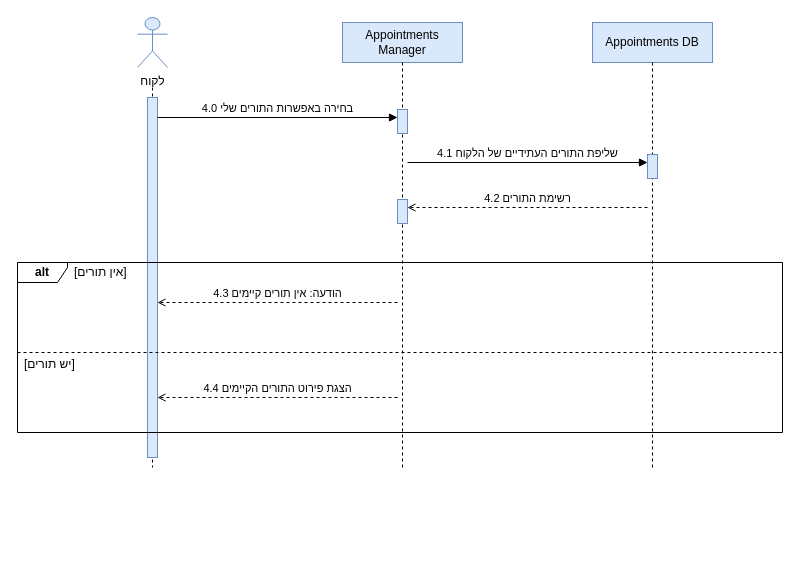
Earlier version of the draw.io diagram diagrams/SEQ-SUC-4.drawio (arielkaplan20/project_Golden_Hair_Salon). Source tidied: cells renumbered, new cells numbered last; positions are measured from the earlier drawing's top-left corner, leaving out a move shared by most shapes. Both pictures are drawn from the tidied source at 100%, with x=0, y=0 at pixel (17, 17).
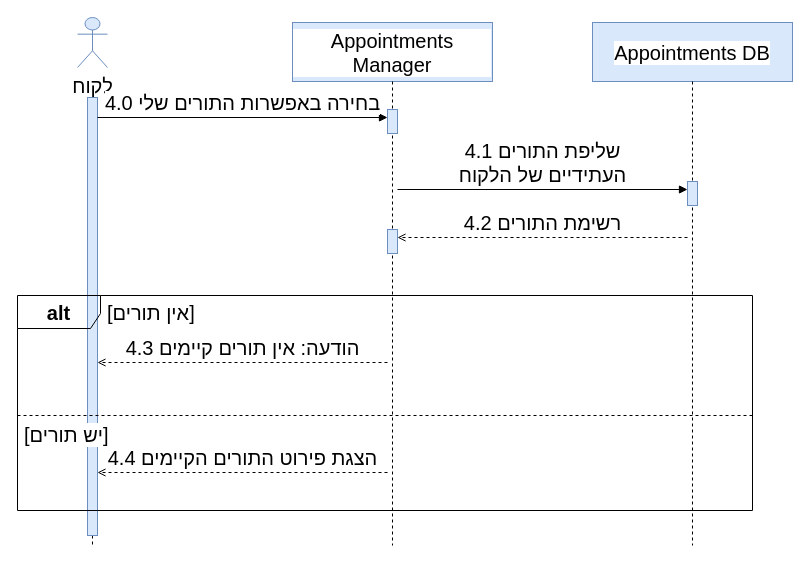
The same diagram, later.

What changed in the source:
```diff
@@
-    <mxCell id="2" value="לקוח" style="shape=umlActor;verticalLabelPosition=bottom;verticalAlign=top;html=1;fillColor=#dae8fc;strokeColor=#6c8ebf;" parent="1" vertex="1">
-      <mxGeometry x="120" width="30" height="50" as="geometry" />
+    <mxCell id="2" value="לקוח" style="shape=umlActor;verticalLabelPosition=bottom;verticalAlign=top;html=1;fillColor=#dae8fc;strokeColor=#6c8ebf;fontSize=20;labelBackgroundColor=#ffffff;" parent="1" vertex="1">
+      <mxGeometry x="60" width="30" height="50" as="geometry" />
     </mxCell>
-    <mxCell id="3" value="Appointments Manager" style="rounded=0;whiteSpace=wrap;html=1;fillColor=#dae8fc;strokeColor=#6c8ebf;" parent="1" vertex="1">
-      <mxGeometry x="325" y="5" width="120" height="40" as="geometry" />
+    <mxCell id="3" value="Appointments Manager" style="rounded=0;whiteSpace=wrap;html=1;fillColor=#dae8fc;strokeColor=#6c8ebf;fontSize=20;labelBackgroundColor=#ffffff;" parent="1" vertex="1">
+      <mxGeometry x="275" y="5" width="200" height="59" as="geometry" />
     </mxCell>
-    <mxCell id="4" value="Appointments DB" style="rounded=0;whiteSpace=wrap;html=1;fillColor=#dae8fc;strokeColor=#6c8ebf;" parent="1" vertex="1">
-      <mxGeometry x="575" y="5" width="120" height="40" as="geometry" />
+    <mxCell id="4" value="Appointments DB" style="rounded=0;whiteSpace=wrap;html=1;fillColor=#dae8fc;strokeColor=#6c8ebf;fontSize=20;labelBackgroundColor=#ffffff;" parent="1" vertex="1">
+      <mxGeometry x="575" y="5" width="200" height="59" as="geometry" />
     </mxCell>
     <mxCell id="5" style="endArrow=none;html=1;dashed=1;strokeColor=#000000;" parent="1" edge="1">
       <mxGeometry relative="1" as="geometry">
-        <mxPoint x="135" y="70" as="sourcePoint" />
-        <mxPoint x="135" y="450" as="targetPoint" />
+        <mxPoint x="75" y="80" as="sourcePoint" />
+        <mxPoint x="75" y="528" as="targetPoint" />
       </mxGeometry>
     </mxCell>
     <mxCell id="6" style="rounded=0;html=1;fillColor=#dae8fc;strokeColor=#6c8ebf;" parent="1" vertex="1">
-      <mxGeometry x="130" y="80" width="10" height="360" as="geometry" />
+      <mxGeometry x="70" y="80" width="10" height="438" as="geometry" />
     </mxCell>
     <mxCell id="7" style="endArrow=none;html=1;dashed=1;strokeColor=#000000;" parent="1" edge="1">
       <mxGeometry relative="1" as="geometry">
-        <mxPoint x="385" y="45" as="sourcePoint" />
-        <mxPoint x="385" y="450" as="targetPoint" />
+        <mxPoint x="375" y="64" as="sourcePoint" />
+        <mxPoint x="375" y="528" as="targetPoint" />
       </mxGeometry>
     </mxCell>
     <mxCell id="8" style="endArrow=none;html=1;dashed=1;strokeColor=#000000;" parent="1" edge="1">
       <mxGeometry relative="1" as="geometry">
-        <mxPoint x="635" y="45" as="sourcePoint" />
-        <mxPoint x="635" y="450" as="targetPoint" />
+        <mxPoint x="675" y="64" as="sourcePoint" />
+        <mxPoint x="675" y="528" as="targetPoint" />
       </mxGeometry>
     </mxCell>
     <mxCell id="9" style="rounded=0;html=1;fillColor=#dae8fc;strokeColor=#6c8ebf;" parent="1" vertex="1">
-      <mxGeometry x="380" y="92" width="10" height="24" as="geometry" />
+      <mxGeometry x="370" y="92" width="10" height="24" as="geometry" />
     </mxCell>
     <mxCell id="10" style="rounded=0;html=1;fillColor=#dae8fc;strokeColor=#6c8ebf;" parent="1" vertex="1">
-      <mxGeometry x="630" y="137" width="10" height="24" as="geometry" />
+      <mxGeometry x="670" y="164" width="10" height="24" as="geometry" />
     </mxCell>
     <mxCell id="11" style="rounded=0;html=1;fillColor=#dae8fc;strokeColor=#6c8ebf;" parent="1" vertex="1">
-      <mxGeometry x="380" y="182" width="10" height="24" as="geometry" />
+      <mxGeometry x="370" y="212" width="10" height="24" as="geometry" />
     </mxCell>
-    <mxCell id="12" value="&lt;b&gt;alt&lt;/b&gt;" style="shape=umlFrame;whiteSpace=wrap;html=1;width=50;height=20;fillColor=none;" parent="1" vertex="1">
-      <mxGeometry y="245" width="765" height="170" as="geometry" />
+    <mxCell id="12" value="&lt;b&gt;alt&lt;/b&gt;" style="shape=umlFrame;whiteSpace=wrap;html=1;width=83;height=33;fillColor=none;fontSize=20;labelBackgroundColor=#ffffff;" parent="1" vertex="1">
+      <mxGeometry y="278" width="735" height="215" as="geometry" />
     </mxCell>
-    <mxCell id="13" value="[אין תורים]" style="text;html=1;align=left;verticalAlign=middle;whiteSpace=nowrap;fillColor=none;strokeColor=none;" parent="1" vertex="1">
-      <mxGeometry x="55" y="245" width="300" height="20" as="geometry" />
+    <mxCell id="13" value="&lt;span style='background:#ffffff'&gt;[אין תורים]&lt;/span&gt;" style="text;html=1;align=left;verticalAlign=middle;whiteSpace=nowrap;fillColor=none;strokeColor=none;fontSize=20;labelBackgroundColor=#ffffff;" parent="1" vertex="1">
+      <mxGeometry x="88" y="278" width="400" height="33" as="geometry" />
     </mxCell>
     <mxCell id="14" style="endArrow=none;html=1;dashed=1;" parent="1" edge="1">
       <mxGeometry relative="1" as="geometry">
-        <mxPoint y="335" as="sourcePoint" />
-        <mxPoint x="765" y="335" as="targetPoint" />
+        <mxPoint y="398" as="sourcePoint" />
+        <mxPoint x="735" y="398" as="targetPoint" />
       </mxGeometry>
     </mxCell>
-    <mxCell id="15" value="[יש תורים]" style="text;html=1;align=left;verticalAlign=middle;whiteSpace=nowrap;fillColor=none;strokeColor=none;" parent="1" vertex="1">
-      <mxGeometry x="5" y="337" width="300" height="20" as="geometry" />
+    <mxCell id="15" value="&lt;span style='background:#ffffff'&gt;[יש תורים]&lt;/span&gt;" style="text;html=1;align=left;verticalAlign=middle;whiteSpace=nowrap;fillColor=none;strokeColor=none;fontSize=20;labelBackgroundColor=#ffffff;" parent="1" vertex="1">
+      <mxGeometry x="5" y="400" width="400" height="33" as="geometry" />
     </mxCell>
-    <mxCell id="16" value="4.0 בחירה באפשרות התורים שלי" style="endArrow=block;endFill=1;html=1;rounded=0;verticalAlign=bottom;labelBackgroundColor=none;" parent="1" edge="1">
+    <mxCell id="16" value="4.0 בחירה באפשרות התורים שלי" style="endArrow=block;endFill=1;html=1;rounded=0;verticalAlign=bottom;labelBackgroundColor=none;fontSize=20;labelBackgroundColor=#ffffff;" parent="1" edge="1">
       <mxGeometry relative="1" as="geometry">
-        <mxPoint x="140" y="100" as="sourcePoint" />
-        <mxPoint x="380" y="100" as="targetPoint" />
+        <mxPoint x="80" y="100" as="sourcePoint" />
+        <mxPoint x="370" y="100" as="targetPoint" />
       </mxGeometry>
     </mxCell>
-    <mxCell id="17" value="4.1 שליפת התורים העתידיים של הלקוח" style="endArrow=block;endFill=1;html=1;rounded=0;verticalAlign=bottom;labelBackgroundColor=none;" parent="1" edge="1">
+    <mxCell id="17" value="4.1 שליפת התורים&lt;br&gt;העתידיים של הלקוח" style="endArrow=block;endFill=1;html=1;rounded=0;verticalAlign=bottom;labelBackgroundColor=none;fontSize=20;labelBackgroundColor=#ffffff;" parent="1" edge="1">
       <mxGeometry relative="1" as="geometry">
-        <mxPoint x="390" y="145" as="sourcePoint" />
-        <mxPoint x="630" y="145" as="targetPoint" />
+        <mxPoint x="380" y="172" as="sourcePoint" />
+        <mxPoint x="670" y="172" as="targetPoint" />
       </mxGeometry>
     </mxCell>
-    <mxCell id="18" value="4.2 רשימת התורים" style="endArrow=open;endFill=0;html=1;rounded=0;dashed=1;verticalAlign=bottom;labelBackgroundColor=none;" parent="1" edge="1">
+    <mxCell id="18" value="4.2 רשימת התורים" style="endArrow=open;endFill=0;html=1;rounded=0;dashed=1;verticalAlign=bottom;labelBackgroundColor=none;fontSize=20;labelBackgroundColor=#ffffff;" parent="1" edge="1">
       <mxGeometry relative="1" as="geometry">
-        <mxPoint x="630" y="190" as="sourcePoint" />
-        <mxPoint x="390" y="190" as="targetPoint" />
+        <mxPoint x="670" y="220" as="sourcePoint" />
+        <mxPoint x="380" y="220" as="targetPoint" />
       </mxGeometry>
     </mxCell>
-    <mxCell id="19" value="4.3 הודעה: אין תורים קיימים" style="endArrow=open;endFill=0;html=1;rounded=0;dashed=1;verticalAlign=bottom;labelBackgroundColor=none;" parent="1" edge="1">
+    <mxCell id="19" value="4.3 הודעה: אין תורים קיימים" style="endArrow=open;endFill=0;html=1;rounded=0;dashed=1;verticalAlign=bottom;labelBackgroundColor=none;fontSize=20;labelBackgroundColor=#ffffff;" parent="1" edge="1">
       <mxGeometry relative="1" as="geometry">
-        <mxPoint x="380" y="285" as="sourcePoint" />
-        <mxPoint x="140" y="285" as="targetPoint" />
+        <mxPoint x="370" y="345" as="sourcePoint" />
+        <mxPoint x="80" y="345" as="targetPoint" />
       </mxGeometry>
     </mxCell>
-    <mxCell id="20" value="4.4 הצגת פירוט התורים הקיימים" style="endArrow=open;endFill=0;html=1;rounded=0;dashed=1;verticalAlign=bottom;labelBackgroundColor=none;" parent="1" edge="1">
+    <mxCell id="20" value="4.4 הצגת פירוט התורים הקיימים" style="endArrow=open;endFill=0;html=1;rounded=0;dashed=1;verticalAlign=bottom;labelBackgroundColor=none;fontSize=20;labelBackgroundColor=#ffffff;" parent="1" edge="1">
       <mxGeometry relative="1" as="geometry">
-        <mxPoint x="380" y="380" as="sourcePoint" />
-        <mxPoint x="140" y="380" as="targetPoint" />
+        <mxPoint x="370" y="455" as="sourcePoint" />
+        <mxPoint x="80" y="455" as="targetPoint" />
       </mxGeometry>
     </mxCell>
```
